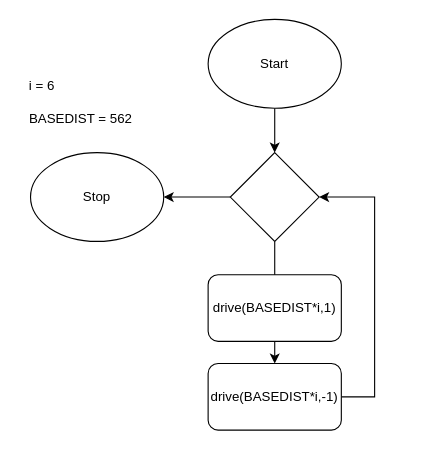
Davygod/ROBO2RG05AU-1 keeps this draw.io diagram as verkefni1/verkefni1b.drawio. Above is the earlier version. Source tidied: cells renumbered, new cells numbered last; positions are measured from the earlier drawing's top-left corner, leaving out a move shared by most shapes. Both pictures are drawn from the tidied source at 111%, with x=0, y=0 at pixel (19, 19).
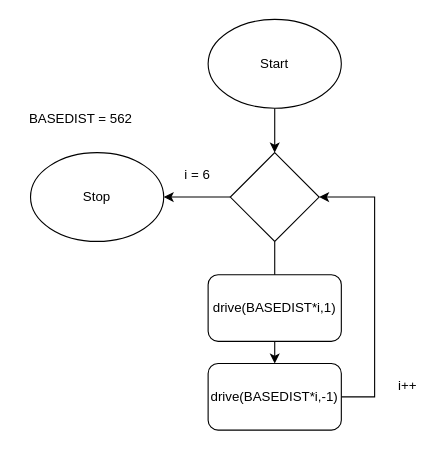
The same page after the edit.

The edit, as a diff of the source:
```diff
@@
 <mxGraphModel>
   <root>
     <mxCell id="0" />
     <mxCell id="1" parent="0" />
     <mxCell id="2" style="edgeStyle=orthogonalEdgeStyle;rounded=0;jettySize=auto;html=1;" parent="1" edge="1" source="3" target="6">
       <mxGeometry relative="1" as="geometry" />
     </mxCell>
     <mxCell id="3" value="Start" style="ellipse;whiteSpace=wrap;html=1;" parent="1" vertex="1">
       <mxGeometry x="170" width="120" height="80" as="geometry" />
     </mxCell>
     <mxCell id="4" style="edgeStyle=orthogonalEdgeStyle;rounded=0;jettySize=auto;html=1;" parent="1" edge="1" source="6" target="12">
       <mxGeometry relative="1" as="geometry" />
     </mxCell>
     <mxCell id="5" style="edgeStyle=orthogonalEdgeStyle;rounded=0;jettySize=auto;html=1;" parent="1" edge="1" source="6" target="9">
       <mxGeometry relative="1" as="geometry" />
     </mxCell>
     <mxCell id="6" style="rhombus;whiteSpace=wrap;html=1;" parent="1" vertex="1">
       <mxGeometry x="190" y="120" width="80" height="80" as="geometry" />
     </mxCell>
     <mxCell id="7" value="drive(BASEDIST*i,1)" style="rounded=1;whiteSpace=wrap;html=1;" parent="1" vertex="1">
       <mxGeometry x="170" y="230" width="120" height="60" as="geometry" />
     </mxCell>
     <mxCell id="8" style="edgeStyle=orthogonalEdgeStyle;rounded=0;jettySize=auto;html=1;entryX=1;entryY=0.5;entryDx=0;entryDy=0;" parent="1" edge="1" source="9" target="6">
       <mxGeometry relative="1" as="geometry">
         <Array as="points">
           <mxPoint x="320" y="340" />
           <mxPoint x="320" y="160" />
         </Array>
       </mxGeometry>
     </mxCell>
     <mxCell id="9" value="drive(BASEDIST*i,-1)" style="rounded=1;whiteSpace=wrap;html=1;" parent="1" vertex="1">
       <mxGeometry x="170" y="310" width="120" height="60" as="geometry" />
     </mxCell>
     <mxCell id="10" value="BASEDIST = 562" style="text;html=1;align=center;verticalAlign=middle;strokeColor=none;" parent="1" vertex="1">
       <mxGeometry y="80" width="110" height="20" as="geometry" />
     </mxCell>
     <mxCell id="11" value="i = 6" style="text;html=1;align=center;verticalAlign=middle;strokeColor=none;" parent="1" vertex="1">
-      <mxGeometry y="50" width="40" height="20" as="geometry" />
+      <mxGeometry x="140" y="130" width="40" height="20" as="geometry" />
     </mxCell>
     <mxCell id="12" value="Stop" style="ellipse;whiteSpace=wrap;html=1;" parent="1" vertex="1">
       <mxGeometry x="10" y="120" width="120" height="80" as="geometry" />
     </mxCell>
+    <mxCell id="13" value="i++" style="text;html=1;strokeColor=none;fillColor=none;align=center;verticalAlign=middle;whiteSpace=wrap;rounded=0;" parent="1" vertex="1">
+      <mxGeometry x="330" y="320" width="40" height="20" as="geometry" />
+    </mxCell>
   </root>
 </mxGraphModel>
```
